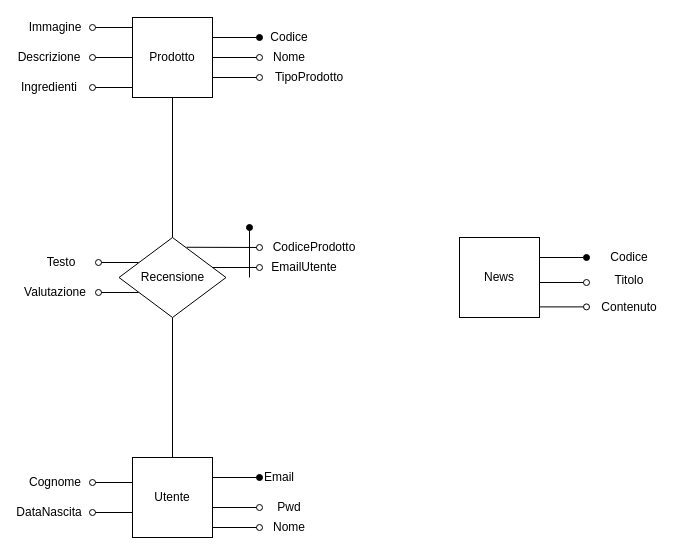
marcoDallas/TECWEB1920 keeps this draw.io diagram as website/database/SchemaConcettuale.drawio. Above is the earlier version. Source tidied: cells renumbered, new cells numbered last; positions are measured from the earlier drawing's top-left corner, leaving out a move shared by most shapes. Both pictures are drawn from the tidied source at 100%, with x=0, y=0 at pixel (29, 17).
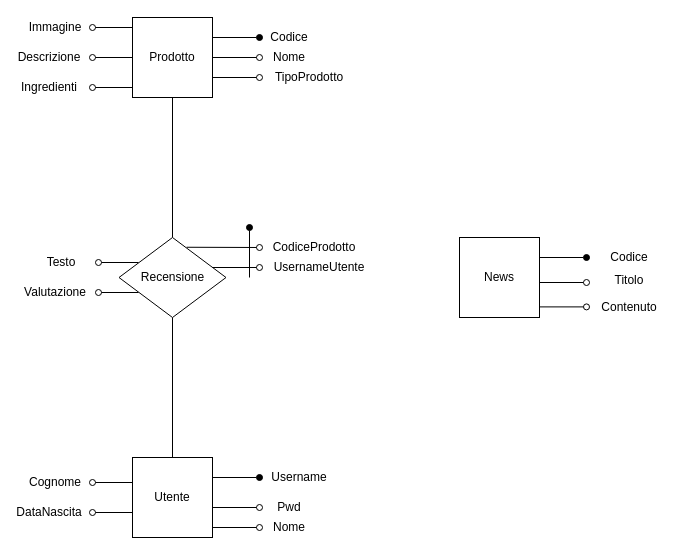
Above is the later version.

The edit, as a diff of the source:
```diff
@@
-    <mxCell id="10" value="Email" style="text;html=1;strokeColor=none;fillColor=none;align=center;verticalAlign=middle;whiteSpace=wrap;rounded=0;" parent="1" vertex="1">
-      <mxGeometry x="230" y="450" width="40" height="20" as="geometry" />
+    <mxCell id="10" value="Username" style="text;html=1;strokeColor=none;fillColor=none;align=center;verticalAlign=middle;whiteSpace=wrap;rounded=0;" parent="1" vertex="1">
+      <mxGeometry x="250" y="450" width="40" height="20" as="geometry" />
     </mxCell>
@@
-    <mxCell id="32" value="EmailUtente" style="text;html=1;strokeColor=none;fillColor=none;align=center;verticalAlign=middle;whiteSpace=wrap;rounded=0;" parent="1" vertex="1">
-      <mxGeometry x="255" y="240" width="40" height="20" as="geometry" />
+    <mxCell id="32" value="UsernameUtente" style="text;html=1;strokeColor=none;fillColor=none;align=center;verticalAlign=middle;whiteSpace=wrap;rounded=0;" parent="1" vertex="1">
+      <mxGeometry x="270" y="240" width="40" height="20" as="geometry" />
     </mxCell>
```
